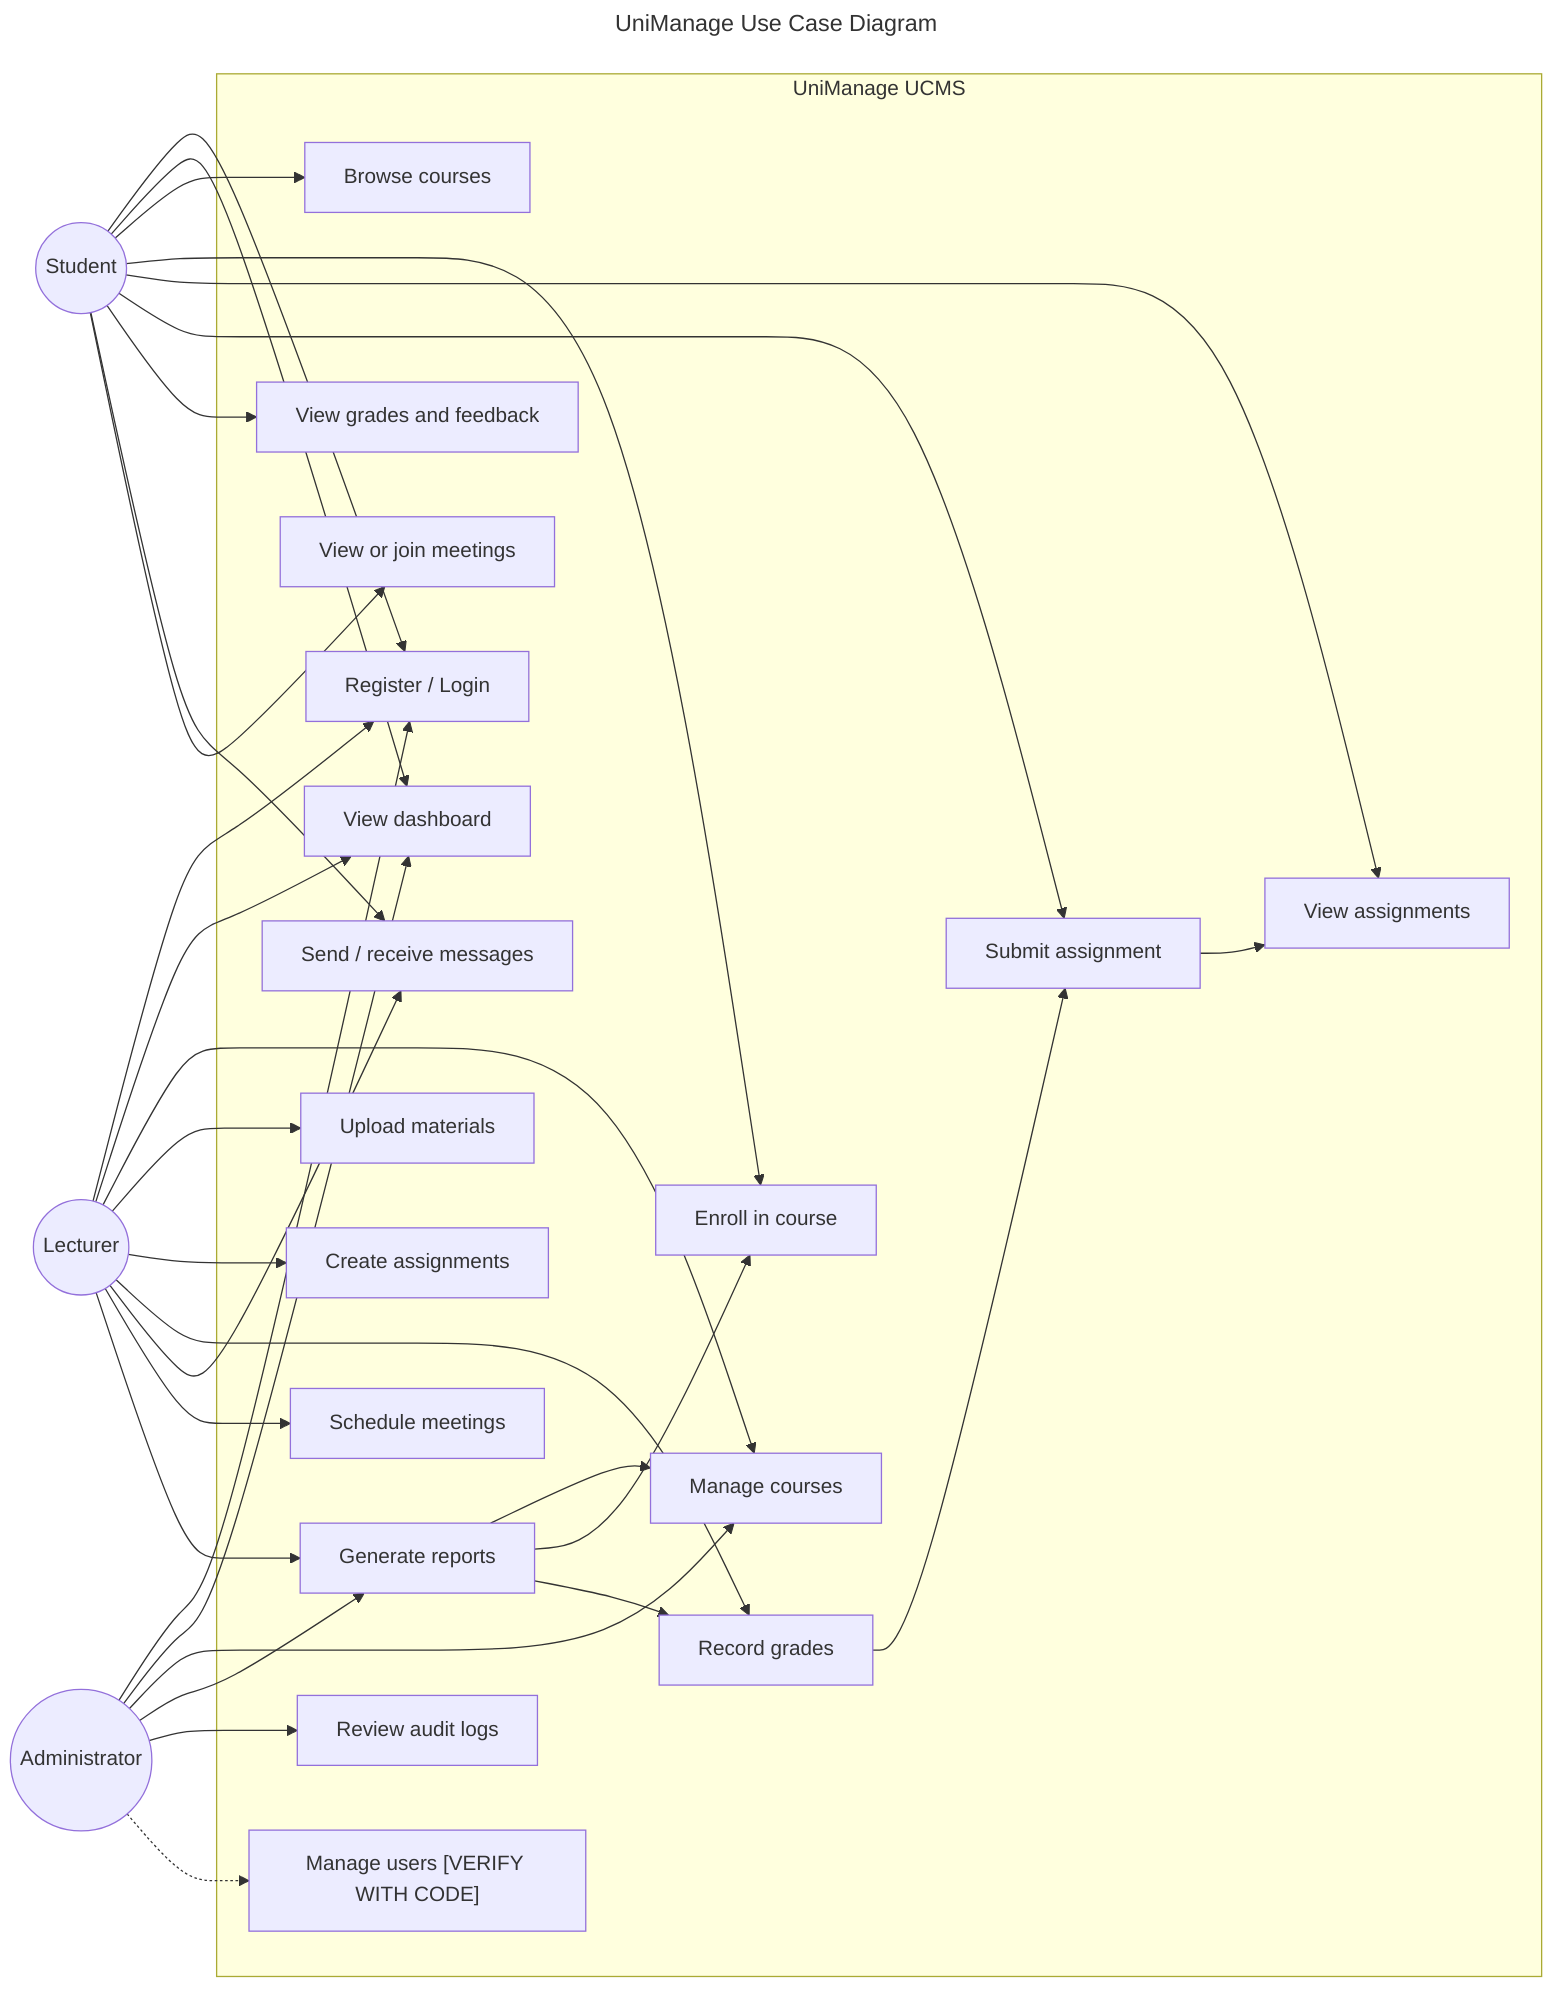
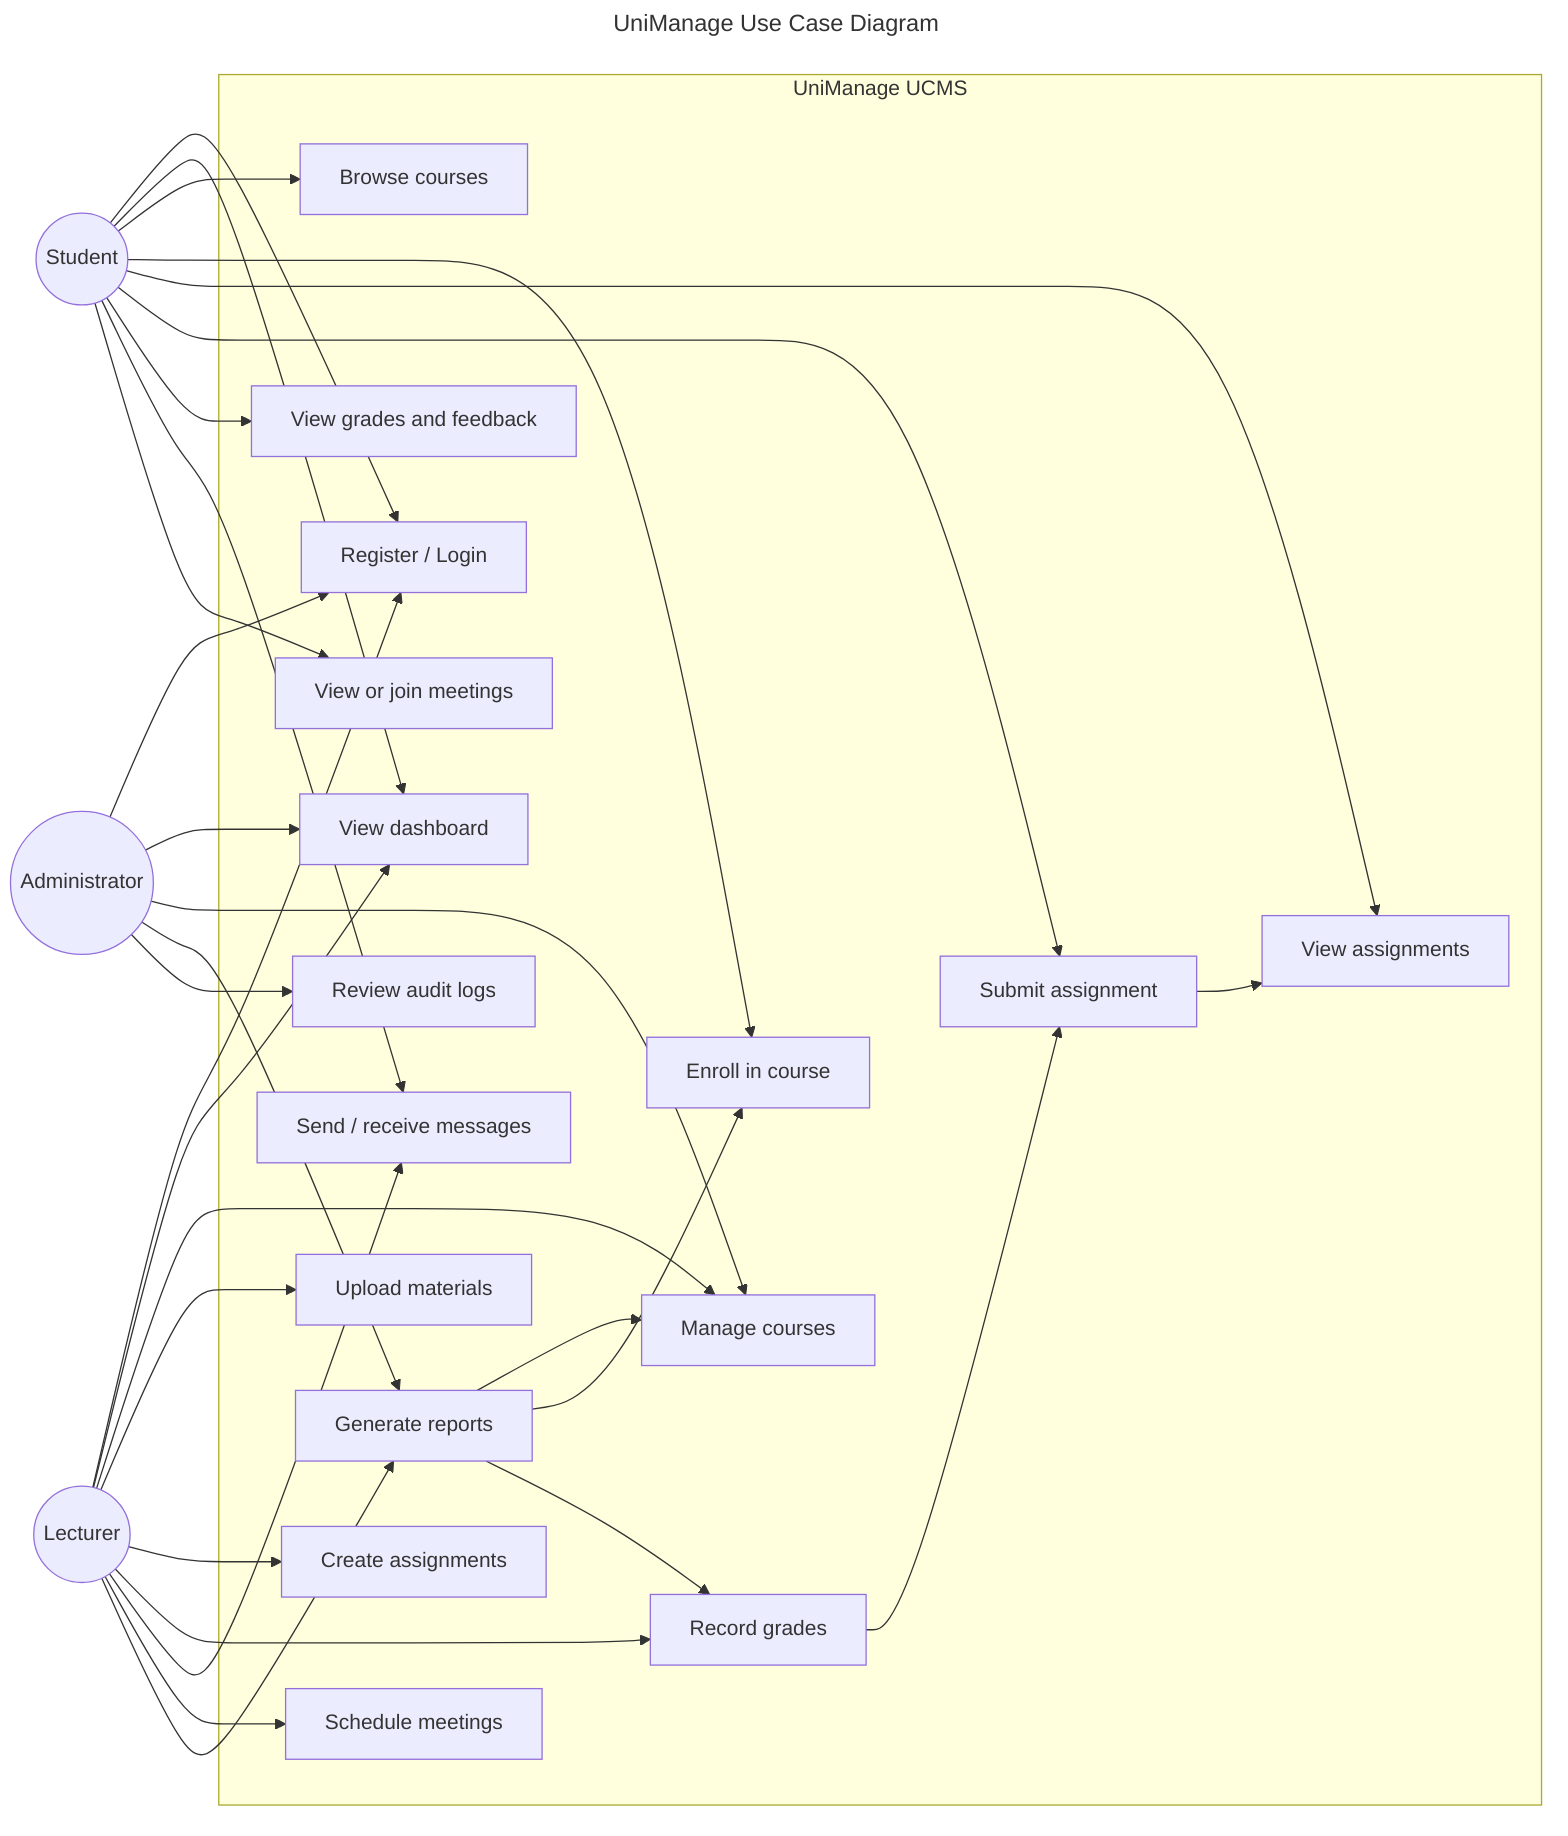
---
title: UniManage Use Case Diagram
---
flowchart LR
    Student((Student))
    Lecturer((Lecturer))
    Administrator((Administrator))

    subgraph UCMS["UniManage UCMS"]
        UCLogin["Register / Login"]
        UCDashboard["View dashboard"]
        UCBrowse["Browse courses"]
        UCEnroll["Enroll in course"]
        UCViewAssignments["View assignments"]
        UCSubmit["Submit assignment"]
        UCGrades["View grades and feedback"]
        UCMessages["Send / receive messages"]
        UCMeetings["View or join meetings"]

        UCManageCourses["Manage courses"]
        UCUploadMaterials["Upload materials"]
        UCCreateAssignments["Create assignments"]
        UCRecordGrades["Record grades"]
        UCManageMeetings["Schedule meetings"]

        UCReports["Generate reports"]
        UCAudit["Review audit logs"]
-         UCManageUsers["Manage users [VERIFY WITH CODE]"]
    end

    Student --> UCLogin
    Student --> UCDashboard
    Student --> UCBrowse
    Student --> UCEnroll
    Student --> UCViewAssignments
    Student --> UCSubmit
    Student --> UCGrades
    Student --> UCMessages
    Student --> UCMeetings

    Lecturer --> UCLogin
    Lecturer --> UCDashboard
    Lecturer --> UCManageCourses
    Lecturer --> UCUploadMaterials
    Lecturer --> UCCreateAssignments
    Lecturer --> UCRecordGrades
    Lecturer --> UCMessages
    Lecturer --> UCManageMeetings
    Lecturer --> UCReports

    Administrator --> UCLogin
    Administrator --> UCDashboard
    Administrator --> UCManageCourses
    Administrator --> UCReports
    Administrator --> UCAudit
-     Administrator -.-> UCManageUsers
- 
    UCSubmit --> UCViewAssignments
    UCRecordGrades --> UCSubmit
    UCReports --> UCManageCourses
    UCReports --> UCEnroll
    UCReports --> UCRecordGrades

